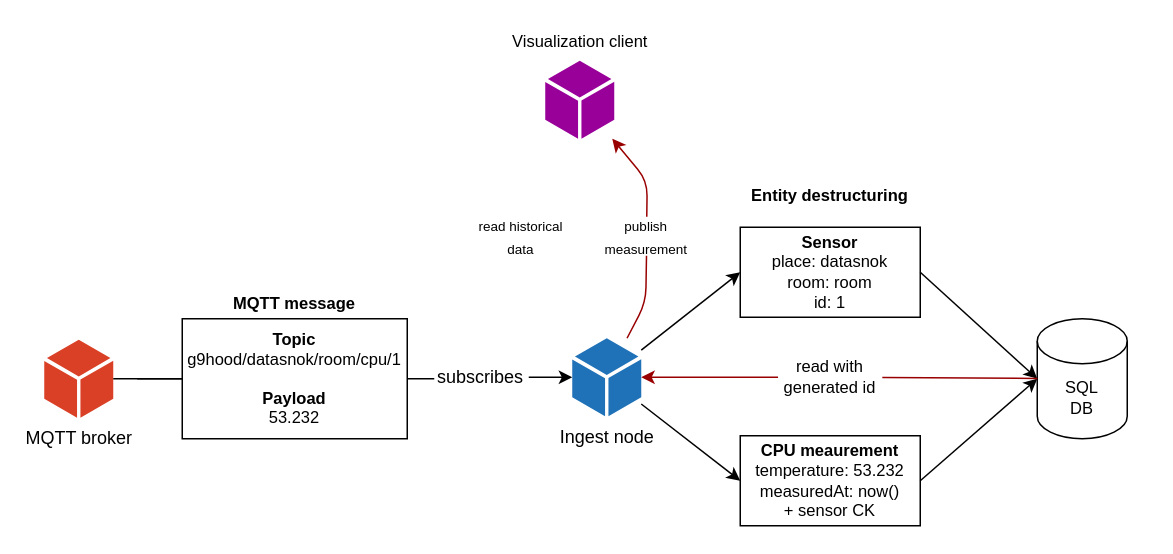
The draw.io diagram page "Ingest MQTT" (3 of 4) of docs/diagrams/architecture.v2.drawio in thedatasnok/idata2304-iot-project, before the edit. Source tidied: cells renumbered, new cells numbered last; positions are measured from the earlier drawing's top-left corner, leaving out a move shared by most shapes. Both pictures are drawn from the tidied source at 150%, with x=0, y=0 at pixel (44, 26).
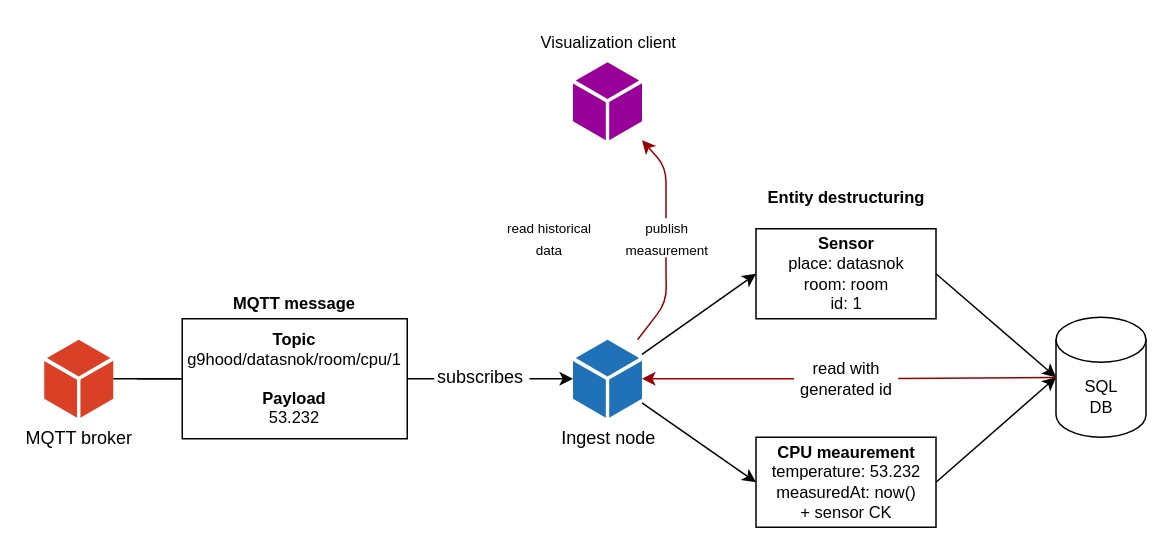
The same diagram, later.

Diff of the diagram source:
```diff
@@
-    <mxCell id="9" style="edgeStyle=none;html=1;startArrow=none;startFill=0;" parent="1" edge="1" source="14" target="13">
-      <mxGeometry relative="1" as="geometry" />
-    </mxCell>
-    <mxCell id="10" style="edgeStyle=none;html=1;entryX=0;entryY=0.5;entryDx=0;entryDy=0;fontSize=11;startArrow=none;startFill=0;" parent="1" edge="1" source="13" target="20">
-      <mxGeometry relative="1" as="geometry" />
-    </mxCell>
-    <mxCell id="11" style="edgeStyle=none;html=1;entryX=0;entryY=0.5;entryDx=0;entryDy=0;fontSize=11;startArrow=none;startFill=0;" parent="1" edge="1" source="13" target="17">
-      <mxGeometry relative="1" as="geometry" />
-    </mxCell>
-    <mxCell id="12" style="edgeStyle=none;html=1;fontSize=10;startArrow=none;startFill=0;endArrow=classic;endFill=1;strokeColor=#FFFFFF;" parent="1" edge="1" source="33" target="26">
-      <mxGeometry relative="1" as="geometry">
-        <Array as="points">
-          <mxPoint x="318" y="93" />
-        </Array>
-      </mxGeometry>
-    </mxCell>
+    <mxCell id="14" value="subscribes" style="text;html=1;strokeColor=none;fillColor=none;align=center;verticalAlign=middle;whiteSpace=wrap;rounded=0;" parent="1" vertex="1">
+      <mxGeometry x="259" y="224" width="64" height="20" as="geometry" />
+    </mxCell>
+    <mxCell id="35" style="edgeStyle=none;html=1;startArrow=none;startFill=0;" parent="1" edge="1" target="13">
+      <mxGeometry relative="1" as="geometry">
+        <mxPoint x="323.5" y="235" as="sourcePoint" />
+      </mxGeometry>
+    </mxCell>
+    <mxCell id="36" style="edgeStyle=none;html=1;entryX=0;entryY=0.5;entryDx=0;entryDy=0;fontSize=11;startArrow=none;startFill=0;" parent="1" edge="1" source="13" target="42">
+      <mxGeometry relative="1" as="geometry" />
+    </mxCell>
+    <mxCell id="37" style="edgeStyle=none;html=1;entryX=0;entryY=0.5;entryDx=0;entryDy=0;fontSize=11;startArrow=none;startFill=0;" parent="1" edge="1" source="13" target="40">
+      <mxGeometry relative="1" as="geometry" />
+    </mxCell>
+    <mxCell id="38" style="edgeStyle=none;html=1;fontSize=10;startArrow=none;startFill=0;endArrow=classic;endFill=1;strokeColor=#FFFFFF;" parent="1" edge="1" source="33" target="45">
+      <mxGeometry relative="1" as="geometry">
+        <Array as="points">
+          <mxPoint x="337" y="94" />
+        </Array>
+      </mxGeometry>
+    </mxCell>
     <mxCell id="13" value="Ingest node" style="sketch=0;shadow=0;dashed=0;html=1;strokeColor=none;labelPosition=center;verticalLabelPosition=bottom;verticalAlign=top;outlineConnect=0;align=center;shape=mxgraph.office.concepts.node_generic;fillColor=#2072B8;" parent="1" vertex="1">
-      <mxGeometry x="352" y="208" width="46" height="52" as="geometry" />
+      <mxGeometry x="352.5" y="209" width="46" height="52" as="geometry" />
     </mxCell>
-    <mxCell id="14" value="subscribes" style="text;html=1;strokeColor=none;fillColor=none;align=center;verticalAlign=middle;whiteSpace=wrap;rounded=0;" parent="1" vertex="1">
-      <mxGeometry x="259" y="224" width="64" height="20" as="geometry" />
-    </mxCell>
     <mxCell id="15" value="Entity destructuring" style="text;html=1;strokeColor=none;fillColor=none;align=center;verticalAlign=middle;whiteSpace=wrap;rounded=0;fontSize=11;fontStyle=1;" parent="1" vertex="1">
-      <mxGeometry x="469" y="103" width="110" height="20" as="geometry" />
+      <mxGeometry x="479.5" y="104" width="110" height="20" as="geometry" />
     </mxCell>
-    <mxCell id="16" style="group;" parent="1" vertex="1">
-      <mxGeometry x="464" y="273" width="120" height="60" as="geometry" />
-    </mxCell>
-    <mxCell id="17" style="rounded=0;whiteSpace=wrap;html=1;fontSize=11;" parent="16" vertex="1">
-      <mxGeometry width="120" height="60" as="geometry" />
-    </mxCell>
+    <mxCell id="39" style="group;" parent="1" vertex="1">
+      <mxGeometry x="474.5" y="274" width="120" height="60" as="geometry" />
+    </mxCell>
+    <mxCell id="40" style="rounded=0;whiteSpace=wrap;html=1;fontSize=11;" parent="39" vertex="1">
+      <mxGeometry width="120" height="60" as="geometry" />
+    </mxCell>
-    <mxCell id="18" value="&lt;b&gt;CPU meaurement&lt;/b&gt;&lt;br&gt;temperature: 53.232&lt;br&gt;measuredAt: now()&lt;br&gt;+ sensor CK" style="text;html=1;strokeColor=none;fillColor=none;align=center;verticalAlign=middle;whiteSpace=wrap;rounded=0;fontSize=11;" parent="16" vertex="1">
+    <mxCell id="18" value="&lt;b&gt;CPU meaurement&lt;/b&gt;&lt;br&gt;temperature: 53.232&lt;br&gt;measuredAt: now()&lt;br&gt;+ sensor CK" style="text;html=1;strokeColor=none;fillColor=none;align=center;verticalAlign=middle;whiteSpace=wrap;rounded=0;fontSize=11;" parent="39" vertex="1">
       <mxGeometry x="5" width="110" height="60" as="geometry" />
     </mxCell>
-    <mxCell id="19" style="group;" parent="1" vertex="1">
-      <mxGeometry x="464" y="134" width="120" height="60" as="geometry" />
-    </mxCell>
-    <mxCell id="20" style="rounded=0;whiteSpace=wrap;html=1;fontSize=11;" parent="19" vertex="1">
-      <mxGeometry width="120" height="60" as="geometry" />
-    </mxCell>
+    <mxCell id="41" style="group;" parent="1" vertex="1">
+      <mxGeometry x="474.5" y="135" width="120" height="60" as="geometry" />
+    </mxCell>
+    <mxCell id="42" style="rounded=0;whiteSpace=wrap;html=1;fontSize=11;" parent="41" vertex="1">
+      <mxGeometry width="120" height="60" as="geometry" />
+    </mxCell>
-    <mxCell id="21" value="&lt;b&gt;Sensor&lt;br&gt;&lt;/b&gt;place: datasnok&lt;br&gt;room: room&lt;br&gt;id: 1" style="text;html=1;strokeColor=none;fillColor=none;align=center;verticalAlign=middle;whiteSpace=wrap;rounded=0;fontSize=11;" parent="19" vertex="1">
+    <mxCell id="21" value="&lt;b&gt;Sensor&lt;br&gt;&lt;/b&gt;place: datasnok&lt;br&gt;room: room&lt;br&gt;id: 1" style="text;html=1;strokeColor=none;fillColor=none;align=center;verticalAlign=middle;whiteSpace=wrap;rounded=0;fontSize=11;" parent="41" vertex="1">
       <mxGeometry x="5" width="110" height="60" as="geometry" />
     </mxCell>
@@
     <mxCell id="23" value="SQL&lt;br&gt;DB" style="shape=cylinder3;whiteSpace=wrap;html=1;boundedLbl=1;backgroundOutline=1;size=15;fontSize=11;" parent="1" vertex="1">
-      <mxGeometry x="662" y="195" width="60" height="80" as="geometry" />
+      <mxGeometry x="674.5" y="194" width="60" height="80" as="geometry" />
     </mxCell>
-    <mxCell id="24" style="edgeStyle=none;html=1;fontSize=11;startArrow=none;startFill=0;entryX=0;entryY=0.5;entryDx=0;entryDy=0;entryPerimeter=0;exitX=1;exitY=0.5;exitDx=0;exitDy=0;" parent="1" edge="1" source="20" target="23">
-      <mxGeometry relative="1" as="geometry" />
-    </mxCell>
-    <mxCell id="25" style="edgeStyle=none;html=1;entryX=0;entryY=0.5;entryDx=0;entryDy=0;entryPerimeter=0;fontSize=11;startArrow=none;startFill=0;exitX=1;exitY=0.5;exitDx=0;exitDy=0;" parent="1" edge="1" source="17" target="23">
-      <mxGeometry relative="1" as="geometry" />
-    </mxCell>
-    <mxCell id="26" style="sketch=0;shadow=0;dashed=0;html=1;strokeColor=none;labelPosition=center;verticalLabelPosition=bottom;verticalAlign=top;outlineConnect=0;align=center;shape=mxgraph.office.concepts.node_generic;fillColor=#990099;" parent="1" vertex="1">
-      <mxGeometry x="334" y="23" width="46" height="52" as="geometry" />
-    </mxCell>
-    <mxCell id="27" style="edgeStyle=none;html=1;fontSize=11;startArrow=none;startFill=0;strokeColor=#990000;" parent="1" edge="1" source="28" target="26">
-      <mxGeometry relative="1" as="geometry">
-        <Array as="points">
-          <mxPoint x="402" y="103" />
-        </Array>
-      </mxGeometry>
-    </mxCell>
+    <mxCell id="43" style="edgeStyle=none;html=1;fontSize=11;startArrow=none;startFill=0;entryX=0;entryY=0.5;entryDx=0;entryDy=0;entryPerimeter=0;exitX=1;exitY=0.5;exitDx=0;exitDy=0;" parent="1" edge="1" source="42" target="23">
+      <mxGeometry relative="1" as="geometry" />
+    </mxCell>
+    <mxCell id="44" style="edgeStyle=none;html=1;entryX=0;entryY=0.5;entryDx=0;entryDy=0;entryPerimeter=0;fontSize=11;startArrow=none;startFill=0;exitX=1;exitY=0.5;exitDx=0;exitDy=0;" parent="1" edge="1" source="40" target="23">
+      <mxGeometry relative="1" as="geometry" />
+    </mxCell>
+    <mxCell id="45" style="sketch=0;shadow=0;dashed=0;html=1;strokeColor=none;labelPosition=center;verticalLabelPosition=bottom;verticalAlign=top;outlineConnect=0;align=center;shape=mxgraph.office.concepts.node_generic;fillColor=#990099;" parent="1" vertex="1">
+      <mxGeometry x="352.5" y="24" width="46" height="52" as="geometry" />
+    </mxCell>
     <mxCell id="28" value="&lt;font style=&quot;font-size: 9px&quot;&gt;publish measurement&lt;/font&gt;" style="text;html=1;strokeColor=none;fillColor=none;align=center;verticalAlign=middle;whiteSpace=wrap;rounded=0;" parent="1" vertex="1">
-      <mxGeometry x="374" y="127" width="55" height="26" as="geometry" />
+      <mxGeometry x="387.5" y="128" width="55" height="26" as="geometry" />
     </mxCell>
-    <mxCell id="29" style="edgeStyle=none;html=1;fontSize=11;startArrow=none;startFill=0;endArrow=none;strokeColor=#990000;entryX=0.5;entryY=1;entryDx=0;entryDy=0;" parent="1" edge="1" source="13" target="28">
-      <mxGeometry relative="1" as="geometry">
-        <Array as="points">
-          <mxPoint x="401" y="184" />
-        </Array>
-      </mxGeometry>
-    </mxCell>
     <mxCell id="30" value="Visualization client" style="text;html=1;strokeColor=none;fillColor=none;align=center;verticalAlign=middle;whiteSpace=wrap;rounded=0;fontSize=11;fontStyle=0;" parent="1" vertex="1">
-      <mxGeometry x="306.5" width="101" height="20" as="geometry" />
+      <mxGeometry x="325.5" y="1" width="101" height="20" as="geometry" />
     </mxCell>
     <mxCell id="31" value="read with generated id" style="text;html=1;strokeColor=none;fillColor=none;align=center;verticalAlign=middle;whiteSpace=wrap;rounded=0;fontSize=11;" parent="1" vertex="1">
-      <mxGeometry x="489.2" y="219" width="69.5" height="30" as="geometry" />
+      <mxGeometry x="499.8" y="220" width="69.5" height="30" as="geometry" />
     </mxCell>
@@
     <mxCell id="33" value="&lt;font style=&quot;font-size: 9px&quot;&gt;read historical data&lt;/font&gt;" style="text;html=1;strokeColor=none;fillColor=none;align=center;verticalAlign=middle;whiteSpace=wrap;rounded=0;" parent="1" vertex="1">
-      <mxGeometry x="284" y="127" width="68" height="26" as="geometry" />
+      <mxGeometry x="303" y="128" width="68" height="26" as="geometry" />
     </mxCell>
     <mxCell id="34" style="edgeStyle=none;html=1;fontSize=10;startArrow=classic;startFill=1;endArrow=none;endFill=1;strokeColor=#FFFFFF;" parent="1" edge="1" source="13" target="33">
       <mxGeometry relative="1" as="geometry">
         <Array as="points">
-          <mxPoint x="318" y="183" />
+          <mxPoint x="337.5" y="184" />
         </Array>
       </mxGeometry>
     </mxCell>
+    <mxCell id="46" style="edgeStyle=none;html=1;fontSize=10;startArrow=none;startFill=0;endArrow=classic;endFill=1;strokeColor=#990000;" parent="1" edge="1" target="45">
+      <mxGeometry relative="1" as="geometry">
+        <mxPoint x="414.5" y="128" as="sourcePoint" />
+        <Array as="points">
+          <mxPoint x="414.5" y="94" />
+        </Array>
+      </mxGeometry>
+    </mxCell>
+    <mxCell id="47" style="edgeStyle=none;html=1;fontSize=10;startArrow=none;startFill=0;endArrow=none;endFill=1;strokeColor=#990000;" parent="1" edge="1" source="13">
+      <mxGeometry relative="1" as="geometry">
+        <mxPoint x="414.5" y="154" as="targetPoint" />
+        <Array as="points">
+          <mxPoint x="414.8" y="184" />
+          <mxPoint x="414.5" y="164" />
+        </Array>
+      </mxGeometry>
+    </mxCell>
```
